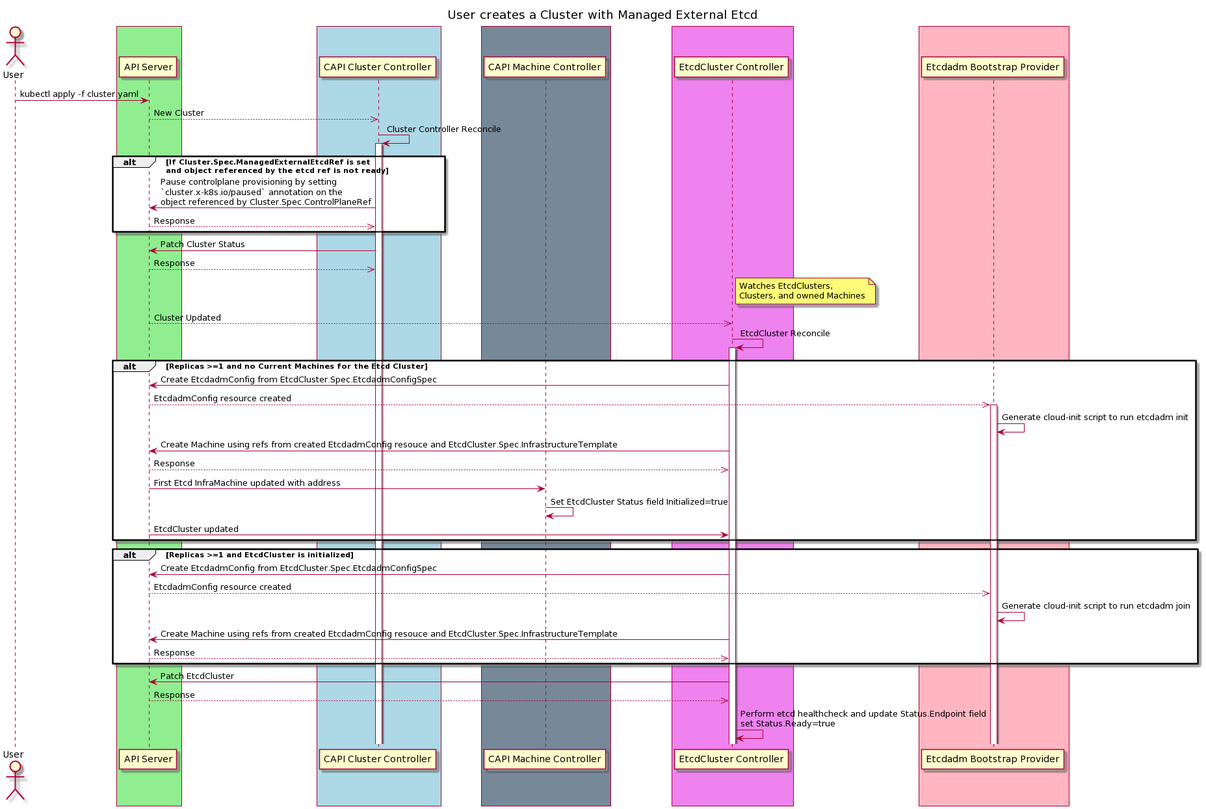
kubernetes-sigs/cluster-api keeps this PlantUML diagram as docs/proposals/images/managed-etcd/etcdcluster-sequence.png. Above is the earlier version. Source of this version:
```plantuml
@startuml
title User creates a Cluster with Managed External Etcd
actor User


box #lightgreen
participant "API Server"
end box

box #lightblue
participant "CAPI Cluster Controller"
end box
skinparam BoxPadding 30
box #lightslategrey
participant "CAPI Machine Controller"
end box

box #violet
participant "EtcdCluster Controller"
end box

box #lightpink
participant "Etcdadm Bootstrap Provider"
end box


User->"API Server":kubectl apply -f cluster.yaml
"API Server"-->>"CAPI Cluster Controller": New Cluster

"CAPI Cluster Controller"-> "CAPI Cluster Controller":Cluster Controller Reconcile
activate "CAPI Cluster Controller"

alt If Cluster.Spec.ManagedExternalEtcdRef is set\nand object referenced by the etcd ref is not ready
"CAPI Cluster Controller"-> "API Server": Pause controlplane provisioning by setting\n`cluster.x-k8s.io/paused` annotation on the\nobject referenced by Cluster.Spec.ControlPlaneRef
"CAPI Cluster Controller"<<--"API Server": Response
end
"CAPI Cluster Controller"->"API Server": Patch Cluster Status
"CAPI Cluster Controller"<<--"API Server": Response

note right of "EtcdCluster Controller":Watches EtcdClusters,\nClusters, and owned Machines
"API Server"-->>"EtcdCluster Controller": Cluster Updated

"EtcdCluster Controller"-> "EtcdCluster Controller":EtcdCluster Reconcile
activate "EtcdCluster Controller"

alt Replicas >=1 and no Current Machines for the Etcd Cluster
"EtcdCluster Controller"->"API Server": Create EtcdadmConfig from EtcdCluster.Spec.EtcdadmConfigSpec
"Etcdadm Bootstrap Provider"<<--"API Server": EtcdadmConfig resource created
activate "Etcdadm Bootstrap Provider"
"Etcdadm Bootstrap Provider" -> "Etcdadm Bootstrap Provider": Generate cloud-init script to run etcdadm init

"EtcdCluster Controller"->"API Server": Create Machine using refs from created EtcdadmConfig resouce and EtcdCluster.Spec.InfrastructureTemplate
"EtcdCluster Controller"<<--"API Server": Response

"API Server" -> "CAPI Machine Controller": First Etcd InfraMachine updated with address
"CAPI Machine Controller" -> "CAPI Machine Controller": Set EtcdCluster Status field Initialized=true
"API Server" -> "EtcdCluster Controller": EtcdCluster updated
end

alt Replicas >=1 and EtcdCluster is initialized
"EtcdCluster Controller"->"API Server": Create EtcdadmConfig from EtcdCluster.Spec.EtcdadmConfigSpec
"Etcdadm Bootstrap Provider"<<--"API Server": EtcdadmConfig resource created
"Etcdadm Bootstrap Provider" -> "Etcdadm Bootstrap Provider": Generate cloud-init script to run etcdadm join

"EtcdCluster Controller"->"API Server": Create Machine using refs from created EtcdadmConfig resouce and EtcdCluster.Spec.InfrastructureTemplate
"EtcdCluster Controller"<<--"API Server": Response
end

"EtcdCluster Controller"->"API Server": Patch EtcdCluster
"EtcdCluster Controller"<<--"API Server": Response

"EtcdCluster Controller"->"EtcdCluster Controller": Perform etcd healthcheck and update Status.Endpoint field\nset Status.Ready=true
@enduml
```
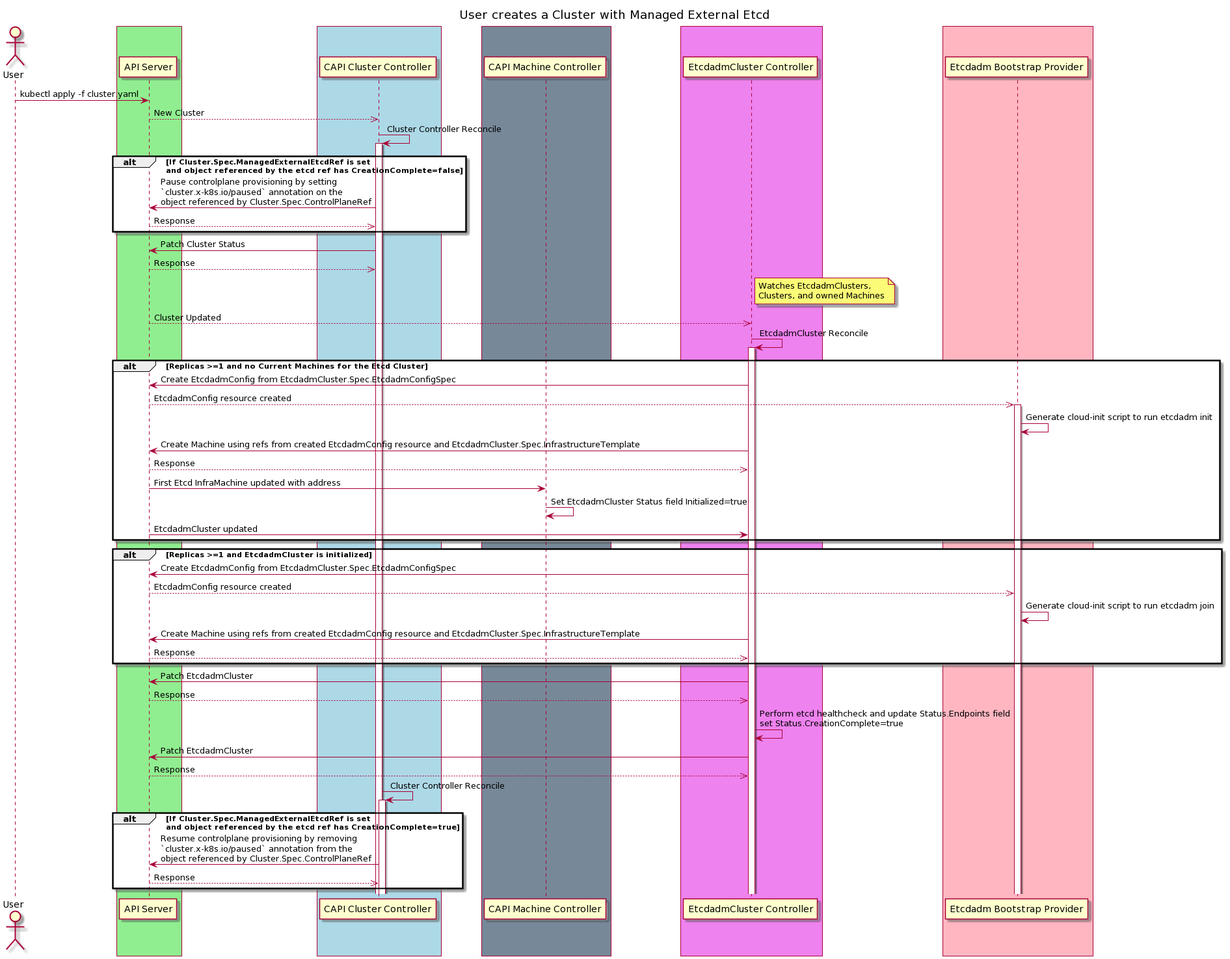
After the change.

Diff of the diagram source:
```diff
@@ -16,7 +16,7 @@
 end box
 
 box #violet
-participant "EtcdCluster Controller"
+participant "EtcdadmCluster Controller"
 end box
 
 box #lightpink
@@ -30,44 +30,55 @@
 "CAPI Cluster Controller"-> "CAPI Cluster Controller":Cluster Controller Reconcile
 activate "CAPI Cluster Controller"
 
-alt If Cluster.Spec.ManagedExternalEtcdRef is set\nand object referenced by the etcd ref is not ready
+alt If Cluster.Spec.ManagedExternalEtcdRef is set\nand object referenced by the etcd ref has CreationComplete=false
 "CAPI Cluster Controller"-> "API Server": Pause controlplane provisioning by setting\n`cluster.x-k8s.io/paused` annotation on the\nobject referenced by Cluster.Spec.ControlPlaneRef
 "CAPI Cluster Controller"<<--"API Server": Response
 end
 "CAPI Cluster Controller"->"API Server": Patch Cluster Status
 "CAPI Cluster Controller"<<--"API Server": Response
 
-note right of "EtcdCluster Controller":Watches EtcdClusters,\nClusters, and owned Machines
-"API Server"-->>"EtcdCluster Controller": Cluster Updated
+note right of "EtcdadmCluster Controller":Watches EtcdadmClusters,\nClusters, and owned Machines
+"API Server"-->>"EtcdadmCluster Controller": Cluster Updated
 
-"EtcdCluster Controller"-> "EtcdCluster Controller":EtcdCluster Reconcile
-activate "EtcdCluster Controller"
+"EtcdadmCluster Controller"-> "EtcdadmCluster Controller":EtcdadmCluster Reconcile
+activate "EtcdadmCluster Controller"
 
 alt Replicas >=1 and no Current Machines for the Etcd Cluster
-"EtcdCluster Controller"->"API Server": Create EtcdadmConfig from EtcdCluster.Spec.EtcdadmConfigSpec
+"EtcdadmCluster Controller"->"API Server": Create EtcdadmConfig from EtcdadmCluster.Spec.EtcdadmConfigSpec
 "Etcdadm Bootstrap Provider"<<--"API Server": EtcdadmConfig resource created
 activate "Etcdadm Bootstrap Provider"
 "Etcdadm Bootstrap Provider" -> "Etcdadm Bootstrap Provider": Generate cloud-init script to run etcdadm init
 
-"EtcdCluster Controller"->"API Server": Create Machine using refs from created EtcdadmConfig resouce and EtcdCluster.Spec.InfrastructureTemplate
-"EtcdCluster Controller"<<--"API Server": Response
+"EtcdadmCluster Controller"->"API Server": Create Machine using refs from created EtcdadmConfig resource and EtcdadmCluster.Spec.InfrastructureTemplate
+"EtcdadmCluster Controller"<<--"API Server": Response
 
 "API Server" -> "CAPI Machine Controller": First Etcd InfraMachine updated with address
-"CAPI Machine Controller" -> "CAPI Machine Controller": Set EtcdCluster Status field Initialized=true
-"API Server" -> "EtcdCluster Controller": EtcdCluster updated
+"CAPI Machine Controller" -> "CAPI Machine Controller": Set EtcdadmCluster Status field Initialized=true
+"API Server" -> "EtcdadmCluster Controller": EtcdadmCluster updated
 end
 
-alt Replicas >=1 and EtcdCluster is initialized
-"EtcdCluster Controller"->"API Server": Create EtcdadmConfig from EtcdCluster.Spec.EtcdadmConfigSpec
+alt Replicas >=1 and EtcdadmCluster is initialized
+"EtcdadmCluster Controller"->"API Server": Create EtcdadmConfig from EtcdadmCluster.Spec.EtcdadmConfigSpec
 "Etcdadm Bootstrap Provider"<<--"API Server": EtcdadmConfig resource created
 "Etcdadm Bootstrap Provider" -> "Etcdadm Bootstrap Provider": Generate cloud-init script to run etcdadm join
 
-"EtcdCluster Controller"->"API Server": Create Machine using refs from created EtcdadmConfig resouce and EtcdCluster.Spec.InfrastructureTemplate
-"EtcdCluster Controller"<<--"API Server": Response
+"EtcdadmCluster Controller"->"API Server": Create Machine using refs from created EtcdadmConfig resource and EtcdadmCluster.Spec.InfrastructureTemplate
+"EtcdadmCluster Controller"<<--"API Server": Response
 end
 
-"EtcdCluster Controller"->"API Server": Patch EtcdCluster
-"EtcdCluster Controller"<<--"API Server": Response
+"EtcdadmCluster Controller"->"API Server": Patch EtcdadmCluster
+"EtcdadmCluster Controller"<<--"API Server": Response
 
-"EtcdCluster Controller"->"EtcdCluster Controller": Perform etcd healthcheck and update Status.Endpoint field\nset Status.Ready=true
+"EtcdadmCluster Controller"->"EtcdadmCluster Controller": Perform etcd healthcheck and update Status.Endpoints field\nset Status.CreationComplete=true
+
+"EtcdadmCluster Controller"->"API Server": Patch EtcdadmCluster
+"EtcdadmCluster Controller"<<--"API Server": Response
+
+"CAPI Cluster Controller"-> "CAPI Cluster Controller":Cluster Controller Reconcile
+activate "CAPI Cluster Controller"
+
+alt If Cluster.Spec.ManagedExternalEtcdRef is set\nand object referenced by the etcd ref has CreationComplete=true
+"CAPI Cluster Controller"-> "API Server": Resume controlplane provisioning by removing\n`cluster.x-k8s.io/paused` annotation from the\nobject referenced by Cluster.Spec.ControlPlaneRef
+"CAPI Cluster Controller"<<--"API Server": Response
+end
 @enduml
```
